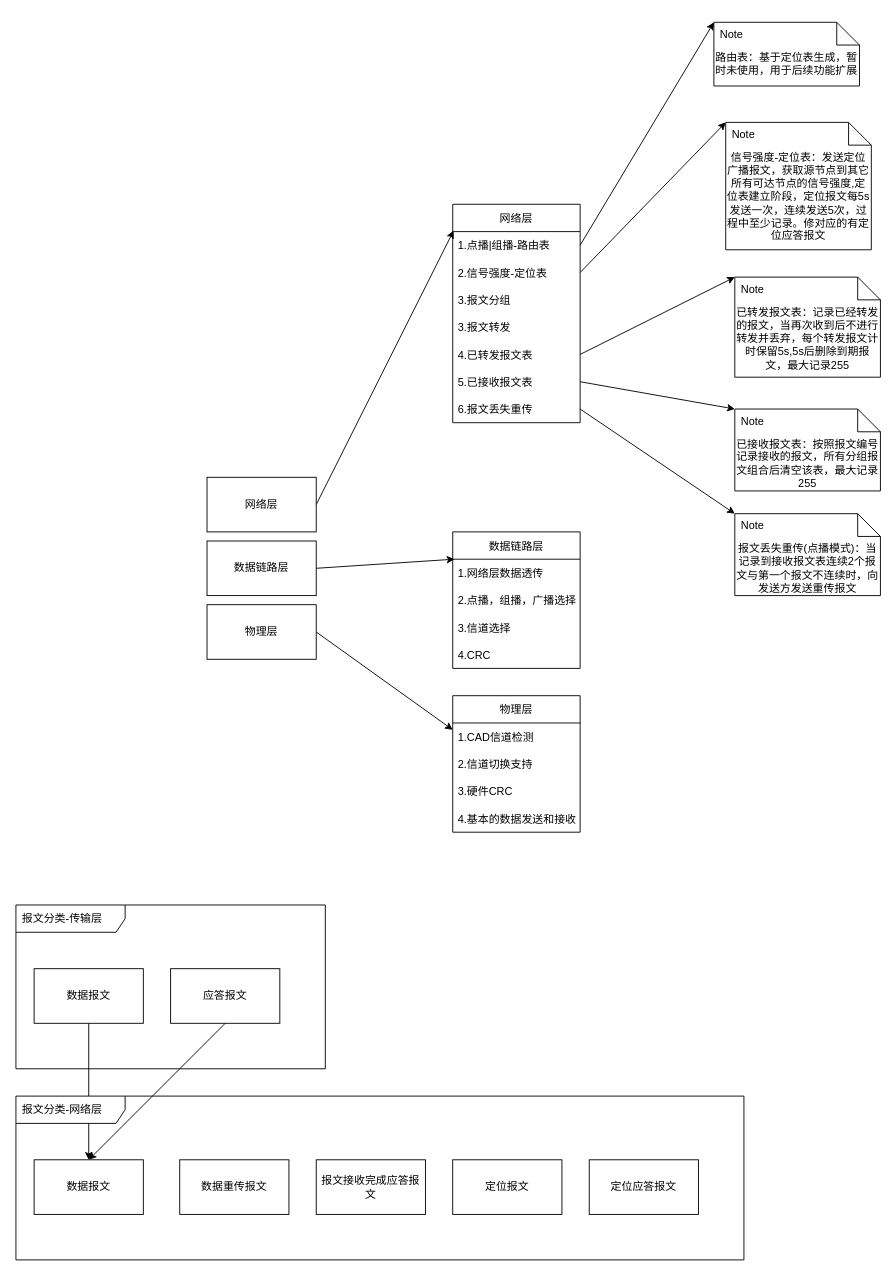
Before: page "通信协议架构" (1 of 3) of Design/design.drawio in HZC-AND/LORA_WLAN, a draw.io diagram. Source tidied: cells renumbered, new cells numbered last; positions are measured from the earlier drawing's top-left corner, leaving out a move shared by most shapes. Both pictures are drawn from the tidied source at 91%, with x=0, y=0 at pixel (15, 22).
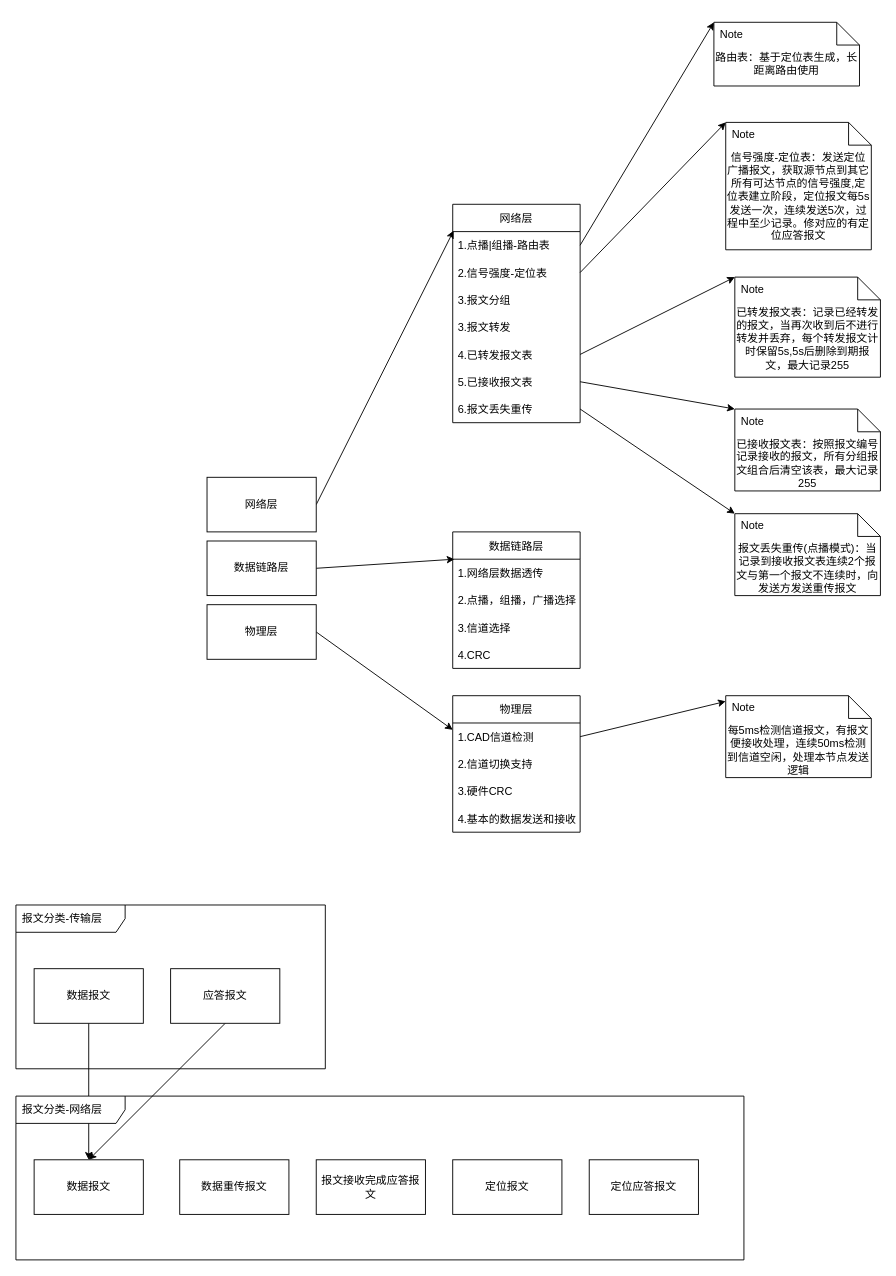
After the change.

The change refers to these unchanged cells:
```xml
<mxCell id="9" value="1.CAD信道检测" style="text;strokeColor=none;fillColor=none;align=left;verticalAlign=middle;spacingLeft=4;spacingRight=4;overflow=hidden;points=[[0,0.5],[1,0.5]];portConstraint=eastwest;" parent="8" vertex="1">
  <mxGeometry y="30" width="140" height="30" as="geometry" />
</mxCell>
```

The edit, as a diff of the source:
```diff
@@
-    <mxCell id="49" value="路由表：基于定位表生成，暂时未使用，用于后续功能扩展" style="shape=note2;boundedLbl=1;whiteSpace=wrap;html=1;size=25;verticalAlign=top;align=center;" parent="1" vertex="1">
+    <mxCell id="49" value="路由表：基于定位表生成，长距离路由使用" style="shape=note2;boundedLbl=1;whiteSpace=wrap;html=1;size=25;verticalAlign=top;align=center;" parent="1" vertex="1">
       <mxGeometry x="767" width="160" height="70" as="geometry" />
     </mxCell>
@@
+    <mxCell id="52" value="每5ms检测信道报文，有报文便接收处理，连续50ms检测到信道空闲，处理本节点发送逻辑" style="shape=note2;boundedLbl=1;whiteSpace=wrap;html=1;size=25;verticalAlign=top;align=center;" parent="1" vertex="1">
+      <mxGeometry x="780" y="740" width="160" height="90" as="geometry" />
+    </mxCell>
+    <mxCell id="53" value="Note" style="strokeColor=none;fillColor=none;align=left;spacingLeft=5;" parent="52" vertex="1">
+      <mxGeometry width="160" height="25" relative="1" as="geometry" />
+    </mxCell>
+    <mxCell id="54" style="edgeStyle=none;html=1;exitX=1;exitY=0.5;exitDx=0;exitDy=0;entryX=0;entryY=0.25;entryDx=0;entryDy=0;" parent="1" edge="1" source="9" target="53">
+      <mxGeometry relative="1" as="geometry" />
+    </mxCell>
```
